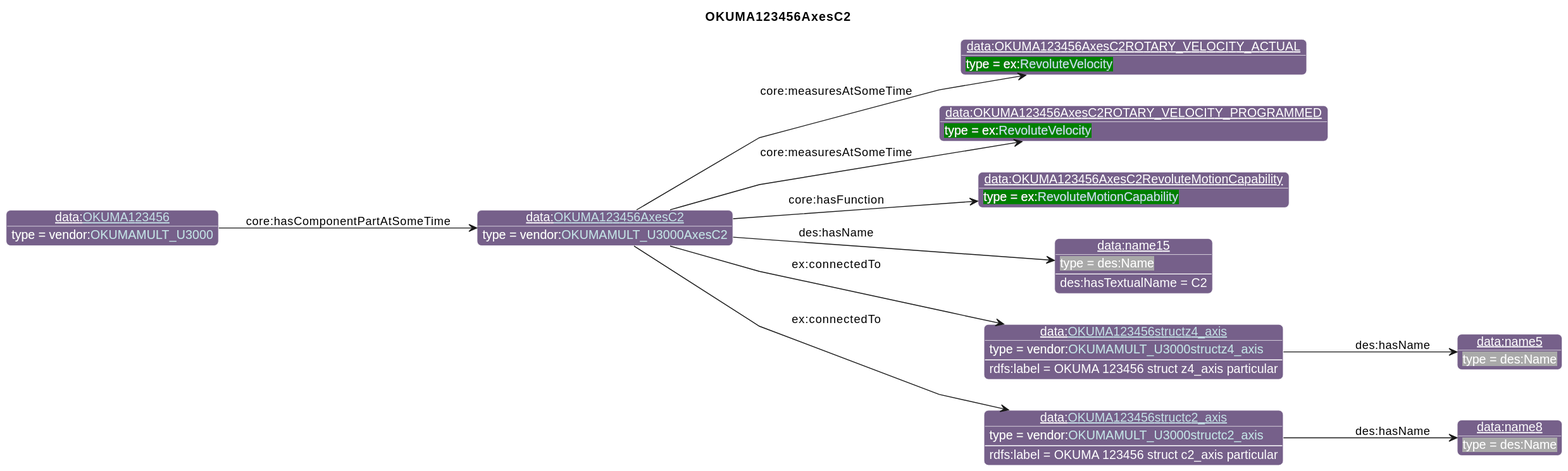
This is diagrams/OKUMA123456AxesC2.svg from iofoundry/example-syseng-mtconnect, a PlantUML export, as it was before one commit.
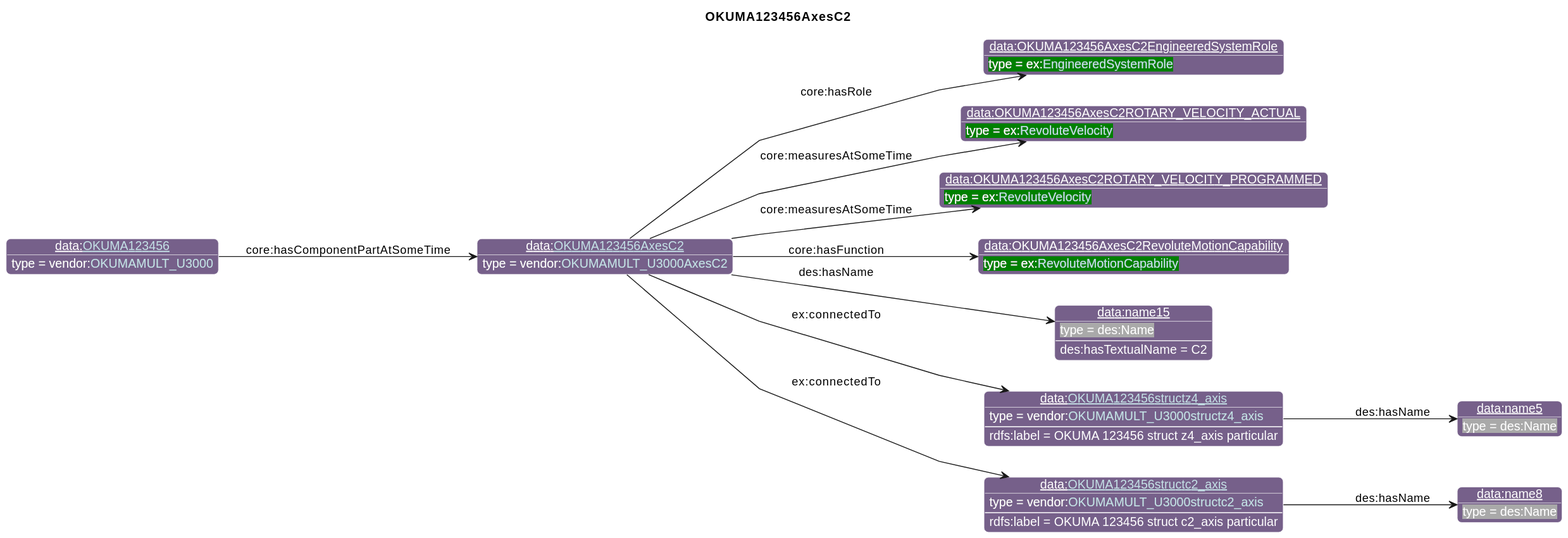
Later version of the same file.

What changed in the source:
```diff
@@ -26,25 +26,27 @@
                       "qp":"641B2E"
       }
 individual(o0, data:[[./OKUMA123456AxesC2.html OKUMA123456AxesC2]], vendor:[[../OKUMA.html#OKUMAMULT_U3000AxesC2 OKUMAMULT_U3000AxesC2]])
-individual(o1, data:OKUMA123456AxesC2ROTARY_VELOCITY_ACTUAL, ex:[[../Example.html#RevoluteVelocity RevoluteVelocity]])
-individual(o2, data:OKUMA123456AxesC2ROTARY_VELOCITY_PROGRAMMED, ex:[[../Example.html#RevoluteVelocity RevoluteVelocity]])
-individual(o3, data:OKUMA123456AxesC2RevoluteMotionCapability, ex:[[../Example.html#RevoluteMotionCapability RevoluteMotionCapability]])
-individual(o4, data:name15, des:Name)
-individual(o5, data:[[./OKUMA123456structz4_axis.html OKUMA123456structz4_axis]], vendor:[[../OKUMA.html#OKUMAMULT_U3000structz4_axis OKUMAMULT_U3000structz4_axis]])
-individual(o6, data:name5, des:Name)
-individual(o7, data:[[./OKUMA123456structc2_axis.html OKUMA123456structc2_axis]], vendor:[[../OKUMA.html#OKUMAMULT_U3000structc2_axis OKUMAMULT_U3000structc2_axis]])
-individual(o8, data:name8, des:Name)
-individual(o9, data:[[./OKUMA123456.html OKUMA123456]], vendor:[[../OKUMA.html#OKUMAMULT_U3000 OKUMAMULT_U3000]])
-property(o0, "core:measuresAtSomeTime", o1)
+individual(o1, data:OKUMA123456AxesC2EngineeredSystemRole, ex:[[../Example.html#EngineeredSystemRole EngineeredSystemRole]])
+individual(o2, data:OKUMA123456AxesC2ROTARY_VELOCITY_ACTUAL, ex:[[../Example.html#RevoluteVelocity RevoluteVelocity]])
+individual(o3, data:OKUMA123456AxesC2ROTARY_VELOCITY_PROGRAMMED, ex:[[../Example.html#RevoluteVelocity RevoluteVelocity]])
+individual(o4, data:OKUMA123456AxesC2RevoluteMotionCapability, ex:[[../Example.html#RevoluteMotionCapability RevoluteMotionCapability]])
+individual(o5, data:name15, des:Name)
+individual(o6, data:[[./OKUMA123456structz4_axis.html OKUMA123456structz4_axis]], vendor:[[../OKUMA.html#OKUMAMULT_U3000structz4_axis OKUMAMULT_U3000structz4_axis]])
+individual(o7, data:name5, des:Name)
+individual(o8, data:[[./OKUMA123456structc2_axis.html OKUMA123456structc2_axis]], vendor:[[../OKUMA.html#OKUMAMULT_U3000structc2_axis OKUMAMULT_U3000structc2_axis]])
+individual(o9, data:name8, des:Name)
+individual(o10, data:[[./OKUMA123456.html OKUMA123456]], vendor:[[../OKUMA.html#OKUMAMULT_U3000 OKUMAMULT_U3000]])
+property(o0, "core:hasRole", o1)
 property(o0, "core:measuresAtSomeTime", o2)
-property(o0, "core:hasFunction", o3)
-property(o0, "des:hasName", o4)
-data(o4, "des:hasTextualName", "C2")
-property(o0, "ex:connectedTo", o5)
-data(o5, "rdfs:label", "OKUMA 123456 struct z4_axis particular")
-property(o5, "des:hasName", o6)
-property(o0, "ex:connectedTo", o7)
-data(o7, "rdfs:label", "OKUMA 123456 struct c2_axis particular")
-property(o7, "des:hasName", o8)
-property(o9, "core:hasComponentPartAtSomeTime", o0)
+property(o0, "core:measuresAtSomeTime", o3)
+property(o0, "core:hasFunction", o4)
+property(o0, "des:hasName", o5)
+data(o5, "des:hasTextualName", "C2")
+property(o0, "ex:connectedTo", o6)
+data(o6, "rdfs:label", "OKUMA 123456 struct z4_axis particular")
+property(o6, "des:hasName", o7)
+property(o0, "ex:connectedTo", o8)
+data(o8, "rdfs:label", "OKUMA 123456 struct c2_axis particular")
+property(o8, "des:hasName", o9)
+property(o10, "core:hasComponentPartAtSomeTime", o0)
 @enduml
```
